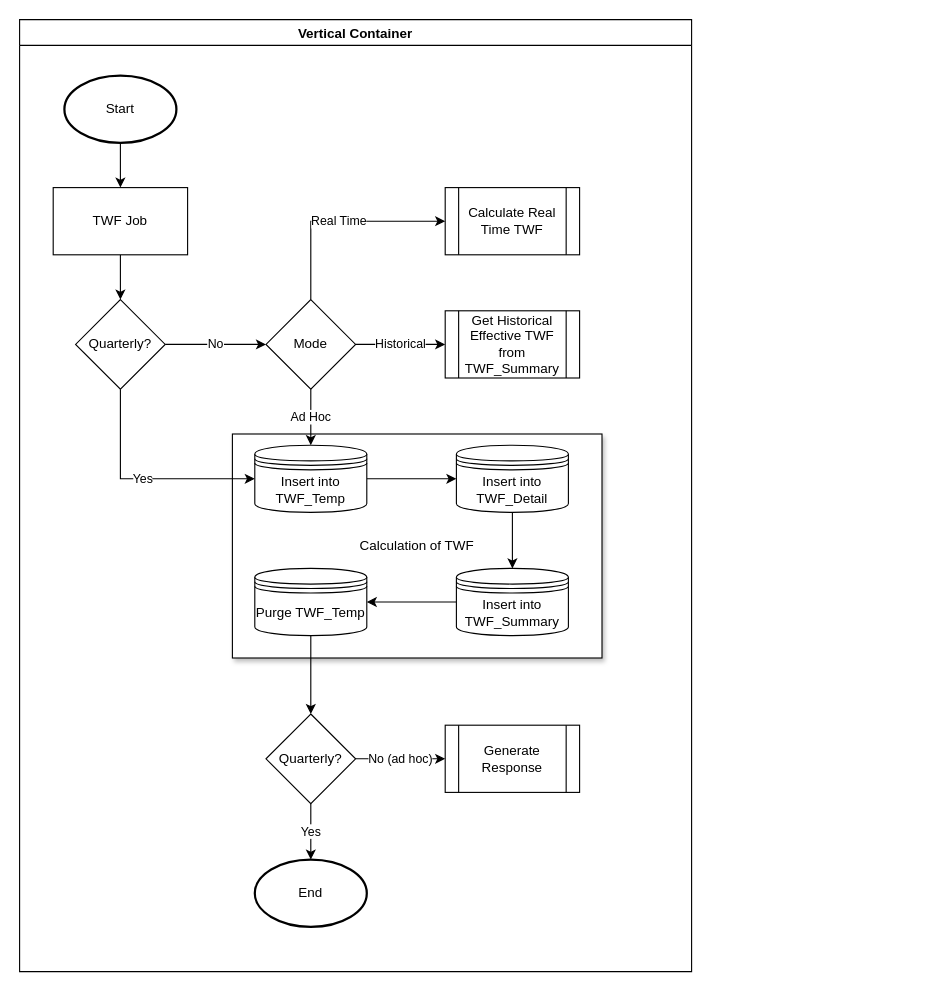
Above: TotalWorkForce_WINS.drawio in willyip2377/DrawIo (draw.io), before the change. Source tidied: cells renumbered, new cells numbered last; positions are measured from the earlier drawing's top-left corner, leaving out a move shared by most shapes. Both pictures are drawn from the tidied source at 112%, with x=0, y=0 at pixel (19, 19).
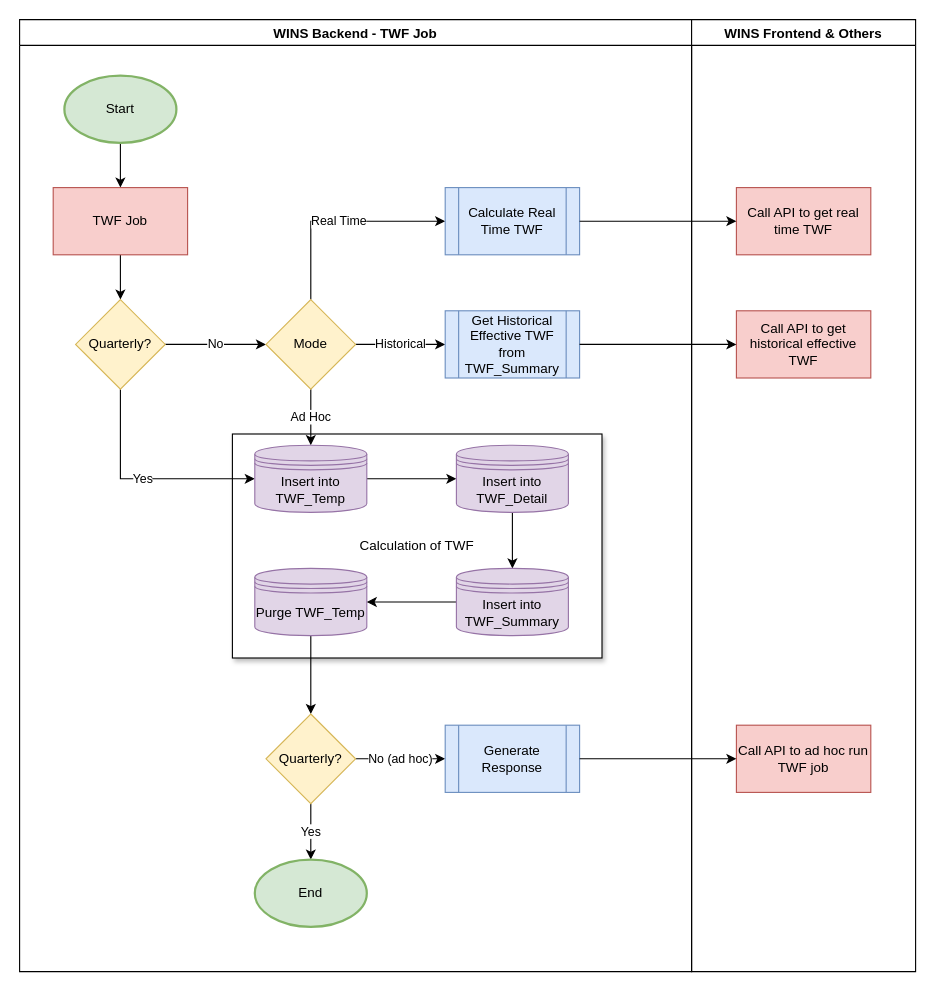
Above is the later version.

The edit, as a diff of the source:
```diff
@@
-    <mxCell id="2" value="Vertical Container" style="swimlane;" parent="1" vertex="1">
+    <mxCell id="2" value="WINS Backend - TWF Job" style="swimlane;" parent="1" vertex="1">
       <mxGeometry width="600" height="850" as="geometry" />
     </mxCell>
@@
-    <mxCell id="5" value="Start" style="strokeWidth=2;html=1;shape=mxgraph.flowchart.start_1;whiteSpace=wrap;" parent="2" vertex="1">
+    <mxCell id="5" value="Start" style="strokeWidth=2;html=1;shape=mxgraph.flowchart.start_1;whiteSpace=wrap;fillColor=#d5e8d4;strokeColor=#82b366;" parent="2" vertex="1">
       <mxGeometry x="40" y="50" width="100" height="60" as="geometry" />
     </mxCell>
@@
-    <mxCell id="7" value="TWF Job" style="rounded=0;whiteSpace=wrap;html=1;" parent="2" vertex="1">
+    <mxCell id="7" value="TWF Job" style="rounded=0;whiteSpace=wrap;html=1;fillColor=#f8cecc;strokeColor=#b85450;" parent="2" vertex="1">
       <mxGeometry x="30" y="150" width="120" height="60" as="geometry" />
     </mxCell>
@@
-    <mxCell id="10" value="Quarterly?" style="rhombus;whiteSpace=wrap;html=1;" parent="2" vertex="1">
+    <mxCell id="10" value="Quarterly?" style="rhombus;whiteSpace=wrap;html=1;fillColor=#fff2cc;strokeColor=#d6b656;" parent="2" vertex="1">
       <mxGeometry x="50" y="250" width="80" height="80" as="geometry" />
     </mxCell>
@@
-    <mxCell id="14" value="Mode" style="rhombus;whiteSpace=wrap;html=1;" parent="2" vertex="1">
+    <mxCell id="14" value="Mode" style="rhombus;whiteSpace=wrap;html=1;fillColor=#fff2cc;strokeColor=#d6b656;" parent="2" vertex="1">
       <mxGeometry x="220" y="250" width="80" height="80" as="geometry" />
     </mxCell>
-    <mxCell id="15" value="Get Historical Effective TWF from TWF_Summary" style="shape=process;whiteSpace=wrap;html=1;backgroundOutline=1;" parent="2" vertex="1">
+    <mxCell id="15" value="Get Historical Effective TWF from TWF_Summary" style="shape=process;whiteSpace=wrap;html=1;backgroundOutline=1;fillColor=#dae8fc;strokeColor=#6c8ebf;" parent="2" vertex="1">
       <mxGeometry x="380" y="260" width="120" height="60" as="geometry" />
     </mxCell>
-    <mxCell id="16" value="Calculate Real Time TWF" style="shape=process;whiteSpace=wrap;html=1;backgroundOutline=1;" parent="2" vertex="1">
+    <mxCell id="16" value="Calculate Real Time TWF" style="shape=process;whiteSpace=wrap;html=1;backgroundOutline=1;fillColor=#dae8fc;strokeColor=#6c8ebf;" parent="2" vertex="1">
       <mxGeometry x="380" y="150" width="120" height="60" as="geometry" />
     </mxCell>
@@
-    <mxCell id="18" value="Insert into TWF_Temp" style="shape=datastore;whiteSpace=wrap;html=1;" parent="2" vertex="1">
+    <mxCell id="18" value="Insert into TWF_Temp" style="shape=datastore;whiteSpace=wrap;html=1;fillColor=#e1d5e7;strokeColor=#9673a6;" parent="2" vertex="1">
       <mxGeometry x="210" y="380" width="100" height="60" as="geometry" />
     </mxCell>
@@
-    <mxCell id="20" value="Insert into TWF_Detail" style="shape=datastore;whiteSpace=wrap;html=1;" parent="2" vertex="1">
+    <mxCell id="20" value="Insert into TWF_Detail" style="shape=datastore;whiteSpace=wrap;html=1;fillColor=#e1d5e7;strokeColor=#9673a6;" parent="2" vertex="1">
       <mxGeometry x="390" y="380" width="100" height="60" as="geometry" />
     </mxCell>
@@
-    <mxCell id="22" value="Purge TWF_Temp" style="shape=datastore;whiteSpace=wrap;html=1;" parent="2" vertex="1">
+    <mxCell id="22" value="Purge TWF_Temp" style="shape=datastore;whiteSpace=wrap;html=1;fillColor=#e1d5e7;strokeColor=#9673a6;" parent="2" vertex="1">
       <mxGeometry x="210" y="490" width="100" height="60" as="geometry" />
     </mxCell>
@@
-    <mxCell id="24" value="Insert into TWF_Summary" style="shape=datastore;whiteSpace=wrap;html=1;" parent="2" vertex="1">
+    <mxCell id="24" value="Insert into TWF_Summary" style="shape=datastore;whiteSpace=wrap;html=1;fillColor=#e1d5e7;strokeColor=#9673a6;" parent="2" vertex="1">
       <mxGeometry x="390" y="490" width="100" height="60" as="geometry" />
     </mxCell>
@@
-    <mxCell id="27" value="Quarterly?" style="rhombus;whiteSpace=wrap;html=1;shadow=0;" parent="2" vertex="1">
+    <mxCell id="27" value="Quarterly?" style="rhombus;whiteSpace=wrap;html=1;shadow=0;fillColor=#fff2cc;strokeColor=#d6b656;" parent="2" vertex="1">
       <mxGeometry x="220" y="620" width="80" height="80" as="geometry" />
     </mxCell>
-    <mxCell id="28" value="End" style="strokeWidth=2;html=1;shape=mxgraph.flowchart.start_1;whiteSpace=wrap;shadow=0;" parent="2" vertex="1">
+    <mxCell id="28" value="End" style="strokeWidth=2;html=1;shape=mxgraph.flowchart.start_1;whiteSpace=wrap;shadow=0;fillColor=#d5e8d4;strokeColor=#82b366;" parent="2" vertex="1">
       <mxGeometry x="210" y="750" width="100" height="60" as="geometry" />
     </mxCell>
-    <mxCell id="29" value="Generate Response" style="shape=process;whiteSpace=wrap;html=1;backgroundOutline=1;" parent="2" vertex="1">
+    <mxCell id="29" value="Generate Response" style="shape=process;whiteSpace=wrap;html=1;backgroundOutline=1;fillColor=#dae8fc;strokeColor=#6c8ebf;" parent="2" vertex="1">
       <mxGeometry x="380" y="630" width="120" height="60" as="geometry" />
     </mxCell>
+    <mxCell id="30" value="WINS Frontend &amp; Others" style="swimlane;shadow=0;" parent="1" vertex="1">
+      <mxGeometry x="600" width="200" height="850" as="geometry" />
+    </mxCell>
+    <mxCell id="31" value="Call API to get real time TWF" style="rounded=0;whiteSpace=wrap;html=1;shadow=0;fillColor=#f8cecc;strokeColor=#b85450;" parent="30" vertex="1">
+      <mxGeometry x="40" y="150" width="120" height="60" as="geometry" />
+    </mxCell>
+    <mxCell id="32" value="Call API to get historical effective TWF" style="rounded=0;whiteSpace=wrap;html=1;shadow=0;fillColor=#f8cecc;strokeColor=#b85450;" parent="30" vertex="1">
+      <mxGeometry x="40" y="260" width="120" height="60" as="geometry" />
+    </mxCell>
+    <mxCell id="33" value="Call API to ad hoc run TWF job" style="rounded=0;whiteSpace=wrap;html=1;shadow=0;fillColor=#f8cecc;strokeColor=#b85450;" parent="30" vertex="1">
+      <mxGeometry x="40" y="630" width="120" height="60" as="geometry" />
+    </mxCell>
+    <mxCell id="34" style="edgeStyle=orthogonalEdgeStyle;rounded=0;jettySize=auto;html=1;exitX=1;exitY=0.5;exitDx=0;exitDy=0;entryX=0;entryY=0.5;entryDx=0;entryDy=0;" parent="1" edge="1" source="16" target="31">
+      <mxGeometry relative="1" as="geometry" />
+    </mxCell>
+    <mxCell id="35" style="edgeStyle=orthogonalEdgeStyle;rounded=0;jettySize=auto;html=1;exitX=1;exitY=0.5;exitDx=0;exitDy=0;entryX=0;entryY=0.5;entryDx=0;entryDy=0;" parent="1" edge="1" source="15" target="32">
+      <mxGeometry relative="1" as="geometry" />
+    </mxCell>
+    <mxCell id="36" style="edgeStyle=orthogonalEdgeStyle;rounded=0;jettySize=auto;html=1;exitX=1;exitY=0.5;exitDx=0;exitDy=0;entryX=0;entryY=0.5;entryDx=0;entryDy=0;" parent="1" edge="1" source="29" target="33">
+      <mxGeometry relative="1" as="geometry" />
+    </mxCell>
```
